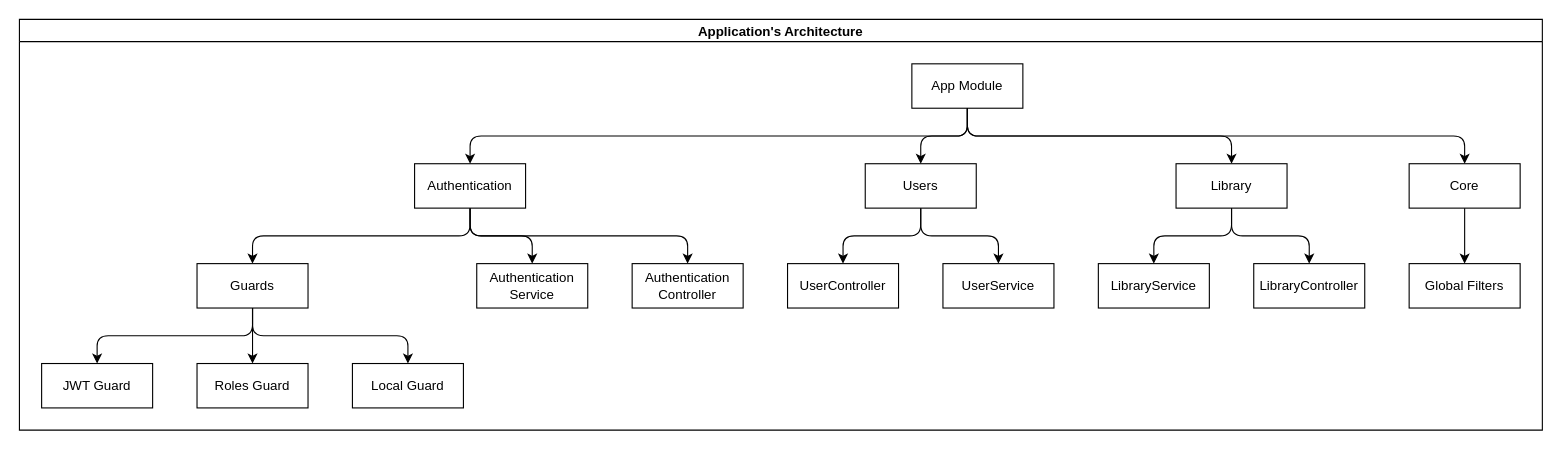
Before: architecture.drawio in louiiuol/lmc-api, a draw.io diagram. Source tidied: cells renumbered, new cells numbered last; positions are measured from the earlier drawing's top-left corner, leaving out a move shared by most shapes. Both pictures are drawn from the tidied source at 111%, with x=0, y=0 at pixel (19, 19).
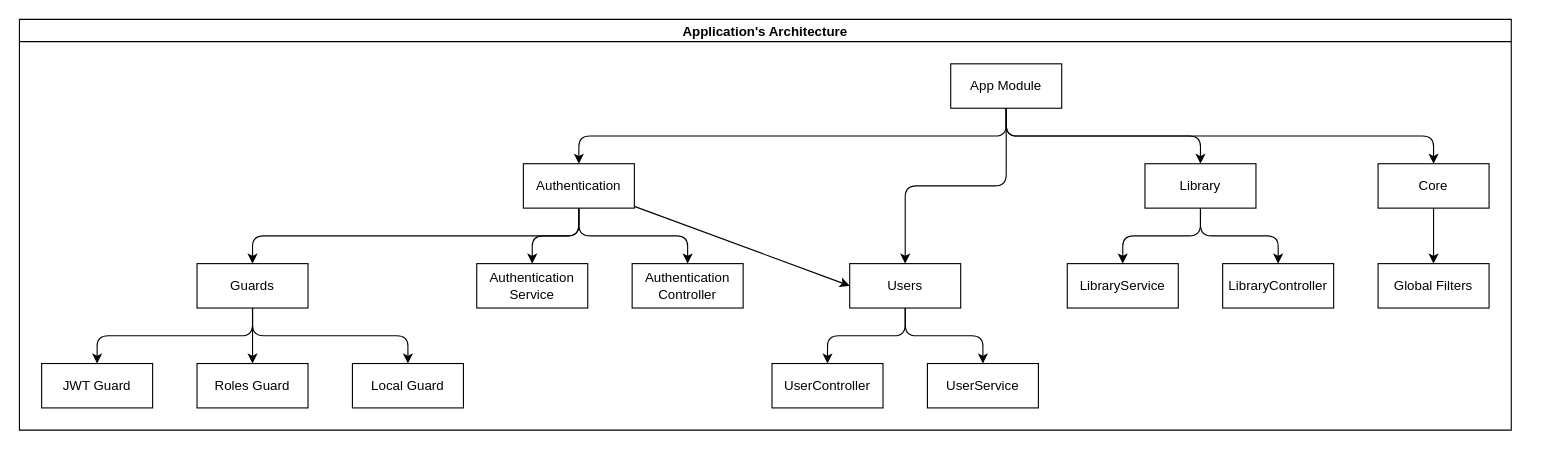
After the change.

Change to the diagram source:
```diff
@@
     <mxCell id="2" value="Application's Architecture" style="swimlane;startSize=20;horizontal=1;horizontalTree=0;containerType=tree;fontSize=12;" parent="1" vertex="1">
-      <mxGeometry width="1372" height="370" as="geometry" />
+      <mxGeometry width="1344" height="370" as="geometry" />
     </mxCell>
     <mxCell id="3" value="App Module" style="whiteSpace=wrap;html=1;" parent="2" vertex="1">
-      <mxGeometry x="804" y="40" width="100" height="40" as="geometry" />
+      <mxGeometry x="839" y="40" width="100" height="40" as="geometry" />
     </mxCell>
+    <mxCell id="34" style="edgeStyle=none;html=1;entryX=0;entryY=0.5;entryDx=0;entryDy=0;" parent="2" edge="1" source="4" target="6">
+      <mxGeometry relative="1" as="geometry" />
+    </mxCell>
     <mxCell id="4" value="Authentication" style="whiteSpace=wrap;html=1;" parent="2" vertex="1">
-      <mxGeometry x="356" y="130" width="100" height="40" as="geometry" />
+      <mxGeometry x="454" y="130" width="100" height="40" as="geometry" />
     </mxCell>
@@
     <mxCell id="6" value="Users" style="whiteSpace=wrap;html=1;" parent="2" vertex="1">
-      <mxGeometry x="762" y="130" width="100" height="40" as="geometry" />
+      <mxGeometry x="748" y="220" width="100" height="40" as="geometry" />
     </mxCell>
@@
     <mxCell id="11" value="Library" style="whiteSpace=wrap;html=1;" parent="2" vertex="1">
-      <mxGeometry x="1042" y="130" width="100" height="40" as="geometry" />
+      <mxGeometry x="1014" y="130" width="100" height="40" as="geometry" />
     </mxCell>
@@
     <mxCell id="13" value="Core" style="whiteSpace=wrap;html=1;" parent="2" vertex="1">
-      <mxGeometry x="1252" y="130" width="100" height="40" as="geometry" />
+      <mxGeometry x="1224" y="130" width="100" height="40" as="geometry" />
     </mxCell>
@@
     <mxCell id="25" value="UserController" style="whiteSpace=wrap;html=1;" parent="2" vertex="1">
-      <mxGeometry x="692" y="220" width="100" height="40" as="geometry" />
+      <mxGeometry x="678" y="310" width="100" height="40" as="geometry" />
     </mxCell>
@@
     <mxCell id="27" value="UserService" style="whiteSpace=wrap;html=1;" parent="2" vertex="1">
-      <mxGeometry x="832" y="220" width="100" height="40" as="geometry" />
+      <mxGeometry x="818" y="310" width="100" height="40" as="geometry" />
     </mxCell>
@@
     <mxCell id="29" value="LibraryService" style="whiteSpace=wrap;html=1;" parent="2" vertex="1">
-      <mxGeometry x="972" y="220" width="100" height="40" as="geometry" />
+      <mxGeometry x="944" y="220" width="100" height="40" as="geometry" />
     </mxCell>
@@
     <mxCell id="31" value="Global Filters" style="whiteSpace=wrap;html=1;" parent="2" vertex="1">
-      <mxGeometry x="1252" y="220" width="100" height="40" as="geometry" />
+      <mxGeometry x="1224" y="220" width="100" height="40" as="geometry" />
     </mxCell>
@@
     <mxCell id="33" value="LibraryController" style="whiteSpace=wrap;html=1;" parent="2" vertex="1">
-      <mxGeometry x="1112" y="220" width="100" height="40" as="geometry" />
+      <mxGeometry x="1084" y="220" width="100" height="40" as="geometry" />
     </mxCell>
```
